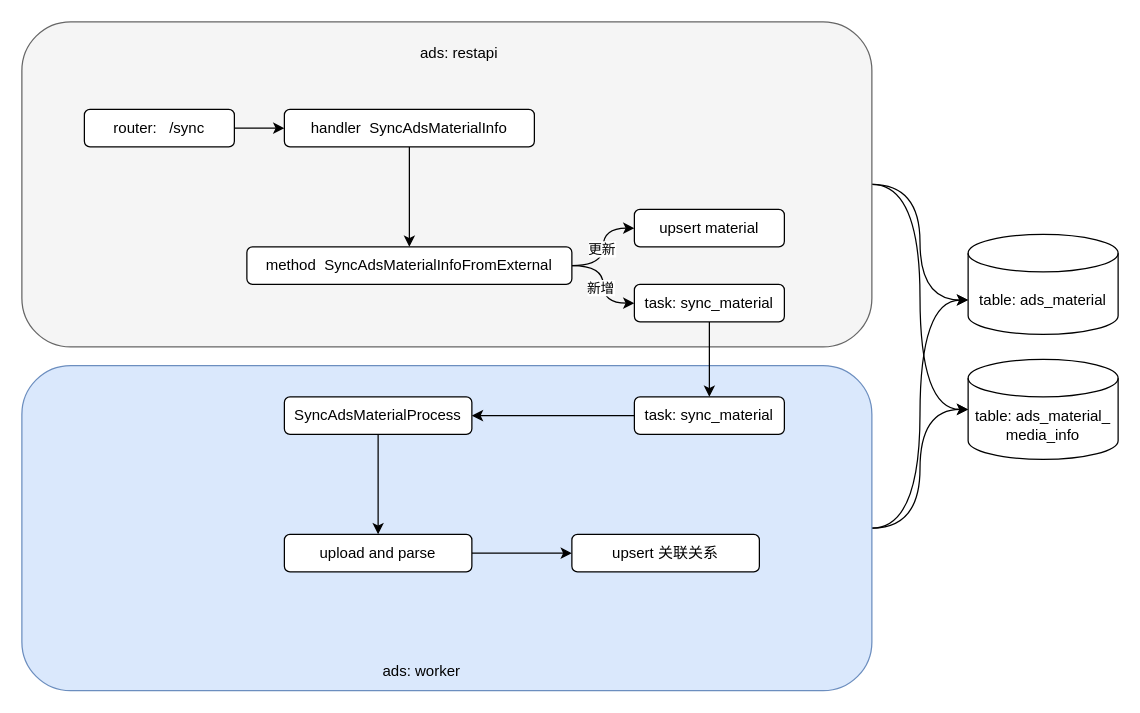
Before: material_sync.drawio in LiErhua/draw.io, a draw.io diagram. Source tidied: cells renumbered, new cells numbered last; positions are measured from the earlier drawing's top-left corner, leaving out a move shared by most shapes. Both pictures are drawn from the tidied source at 125%, with x=0, y=0 at pixel (21, 21).
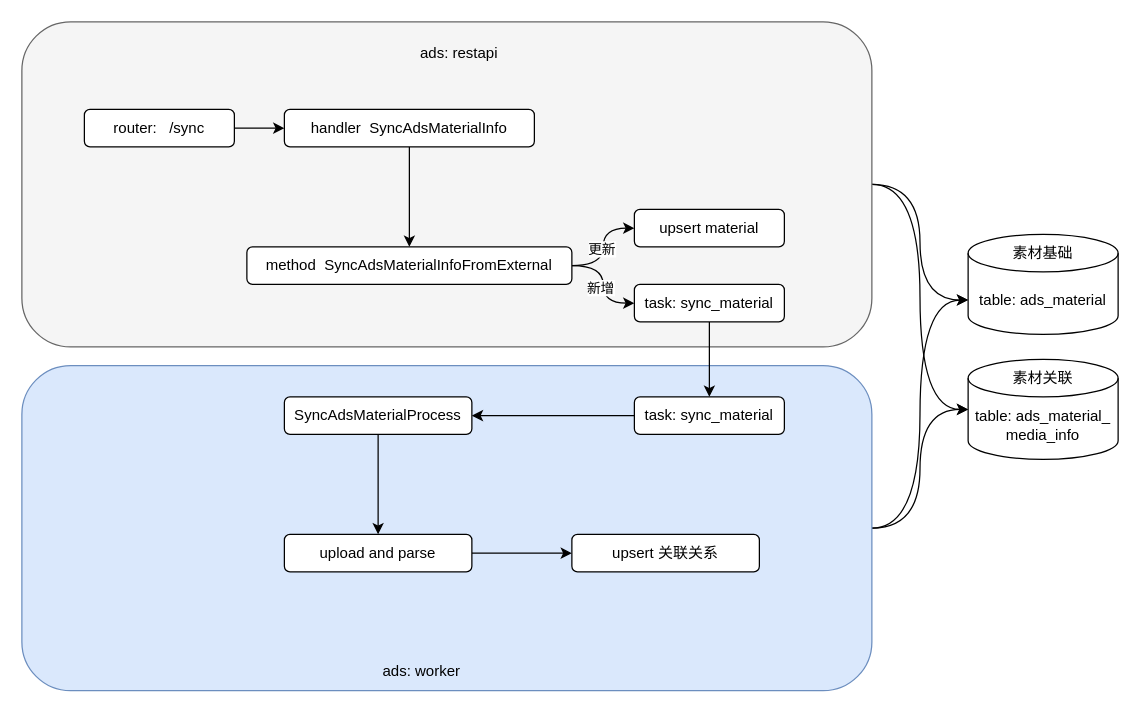
The same diagram, later.

Change to the diagram source:
```diff
@@
+    <mxCell id="31" value="素材基础" style="text;html=1;strokeColor=none;fillColor=none;align=center;verticalAlign=middle;whiteSpace=wrap;rounded=0;" parent="1" vertex="1">
+      <mxGeometry x="787" y="170" width="60" height="30" as="geometry" />
+    </mxCell>
+    <mxCell id="32" value="素材关联" style="text;html=1;strokeColor=none;fillColor=none;align=center;verticalAlign=middle;whiteSpace=wrap;rounded=0;" parent="1" vertex="1">
+      <mxGeometry x="787" y="270" width="60" height="30" as="geometry" />
+    </mxCell>
```
